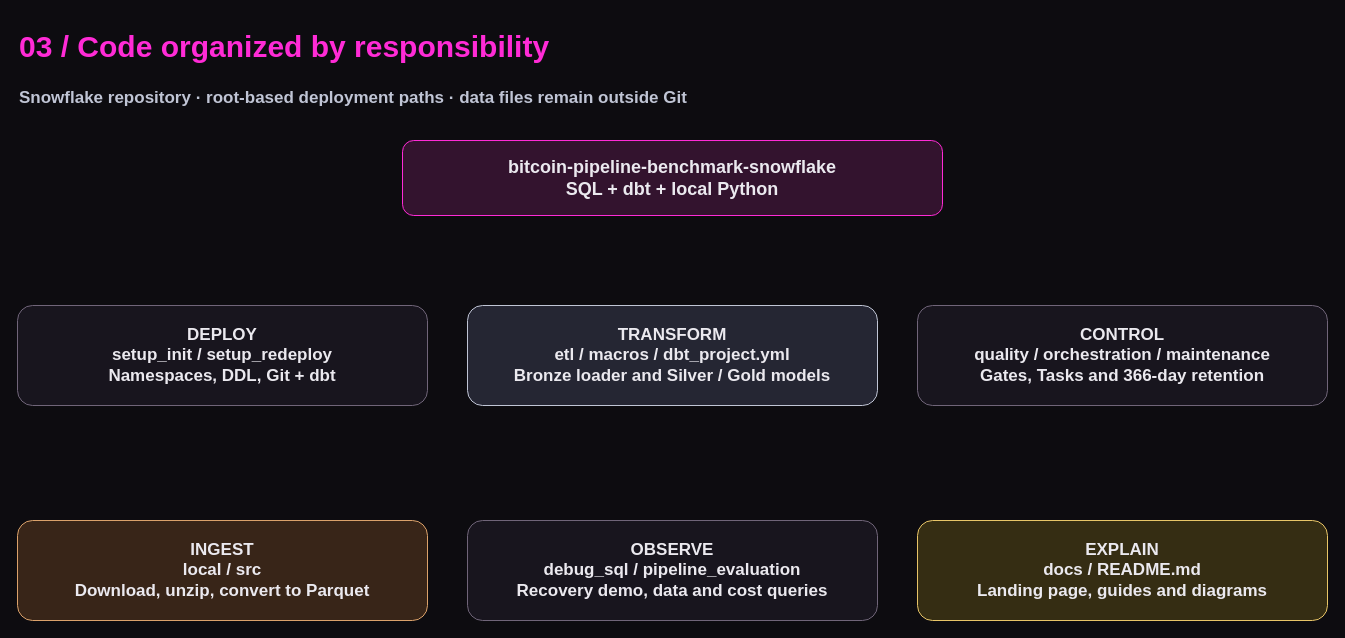
Before: docs/assets/diagrams/03-repository.drawio in saradfrz/bitcoin-pipeline-benchmark-snowflake, a draw.io diagram. Source tidied: cells renumbered, new cells numbered last; positions are measured from the earlier drawing's top-left corner, leaving out a move shared by most shapes. Both pictures are drawn from the tidied source at 100%, with x=0, y=0 at pixel (17, 17).
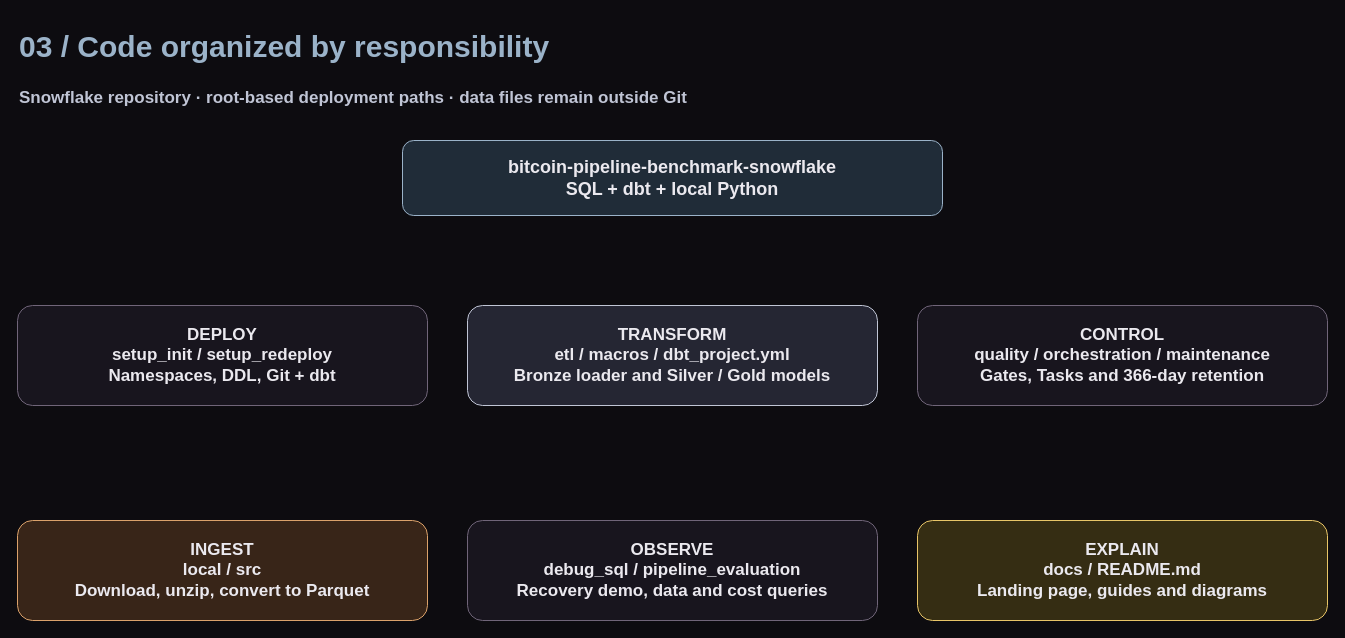
After the change.

What changed in the source:
```diff
@@
 <mxGraphModel background="#0d0c10">
   <root>
     <mxCell id="0" />
     <mxCell id="1" parent="0" />
-    <mxCell id="2" value="03 / Code organized by responsibility" style="text;html=0;strokeColor=none;fillColor=none;fontColor=#ff2bd6;fontSize=30;fontStyle=1;align=left;verticalAlign=middle;" parent="1" vertex="1">
+    <mxCell id="2" value="03 / Code organized by responsibility" style="text;html=0;strokeColor=none;fillColor=none;fontColor=#9bb3c9;fontSize=30;fontStyle=1;align=left;verticalAlign=middle;" parent="1" vertex="1">
       <mxGeometry width="1310" height="52" as="geometry" />
     </mxCell>
     <mxCell id="3" value="Snowflake repository · root-based deployment paths · data files remain outside Git" style="text;html=0;strokeColor=none;fillColor=none;fontColor=#c0c5d5;fontSize=17;fontStyle=1;align=left;verticalAlign=middle;" parent="1" vertex="1">
       <mxGeometry y="55" width="1310" height="46" as="geometry" />
     </mxCell>
-    <mxCell id="4" value="bitcoin-pipeline-benchmark-snowflake&#10;SQL + dbt + local Python" style="rounded=1;whiteSpace=wrap;html=0;fillColor=#33132e;strokeColor=#ff2bd6;fontColor=#ebe9ef;fontSize=18;fontStyle=1;align=center;verticalAlign=middle;spacing=12;" parent="1" vertex="1">
+    <mxCell id="4" value="bitcoin-pipeline-benchmark-snowflake&#10;SQL + dbt + local Python" style="rounded=1;whiteSpace=wrap;html=0;fillColor=#202c38;strokeColor=#9bb3c9;fontColor=#ebe9ef;fontSize=18;fontStyle=1;align=center;verticalAlign=middle;spacing=12;" parent="1" vertex="1">
       <mxGeometry x="385" y="123" width="540" height="75" as="geometry" />
     </mxCell>
     <mxCell id="5" value="DEPLOY&#10;setup_init / setup_redeploy&#10;Namespaces, DDL, Git + dbt" style="rounded=1;whiteSpace=wrap;html=0;fillColor=#18151e;strokeColor=#706579;fontColor=#ebe9ef;fontSize=17;fontStyle=1;align=center;verticalAlign=middle;spacing=12;" parent="1" vertex="1">
       <mxGeometry y="288" width="410" height="100" as="geometry" />
     </mxCell>
     <mxCell id="6" value="TRANSFORM&#10;etl / macros / dbt_project.yml&#10;Bronze loader and Silver / Gold models" style="rounded=1;whiteSpace=wrap;html=0;fillColor=#252633;strokeColor=#c0c5d5;fontColor=#ebe9ef;fontSize=17;fontStyle=1;align=center;verticalAlign=middle;spacing=12;" parent="1" vertex="1">
       <mxGeometry x="450" y="288" width="410" height="100" as="geometry" />
     </mxCell>
     <mxCell id="7" value="CONTROL&#10;quality / orchestration / maintenance&#10;Gates, Tasks and 366-day retention" style="rounded=1;whiteSpace=wrap;html=0;fillColor=#18151e;strokeColor=#706579;fontColor=#ebe9ef;fontSize=17;fontStyle=1;align=center;verticalAlign=middle;spacing=12;" parent="1" vertex="1">
       <mxGeometry x="900" y="288" width="410" height="100" as="geometry" />
     </mxCell>
     <mxCell id="8" value="INGEST&#10;local / src&#10;Download, unzip, convert to Parquet" style="rounded=1;whiteSpace=wrap;html=0;fillColor=#382518;strokeColor=#dba26b;fontColor=#ebe9ef;fontSize=17;fontStyle=1;align=center;verticalAlign=middle;spacing=12;" parent="1" vertex="1">
       <mxGeometry y="503" width="410" height="100" as="geometry" />
     </mxCell>
     <mxCell id="9" value="OBSERVE&#10;debug_sql / pipeline_evaluation&#10;Recovery demo, data and cost queries" style="rounded=1;whiteSpace=wrap;html=0;fillColor=#18151e;strokeColor=#706579;fontColor=#ebe9ef;fontSize=17;fontStyle=1;align=center;verticalAlign=middle;spacing=12;" parent="1" vertex="1">
       <mxGeometry x="450" y="503" width="410" height="100" as="geometry" />
     </mxCell>
     <mxCell id="10" value="EXPLAIN&#10;docs / README.md&#10;Landing page, guides and diagrams" style="rounded=1;whiteSpace=wrap;html=0;fillColor=#352d13;strokeColor=#e8c568;fontColor=#ebe9ef;fontSize=17;fontStyle=1;align=center;verticalAlign=middle;spacing=12;" parent="1" vertex="1">
       <mxGeometry x="900" y="503" width="410" height="100" as="geometry" />
     </mxCell>
   </root>
 </mxGraphModel>
```
